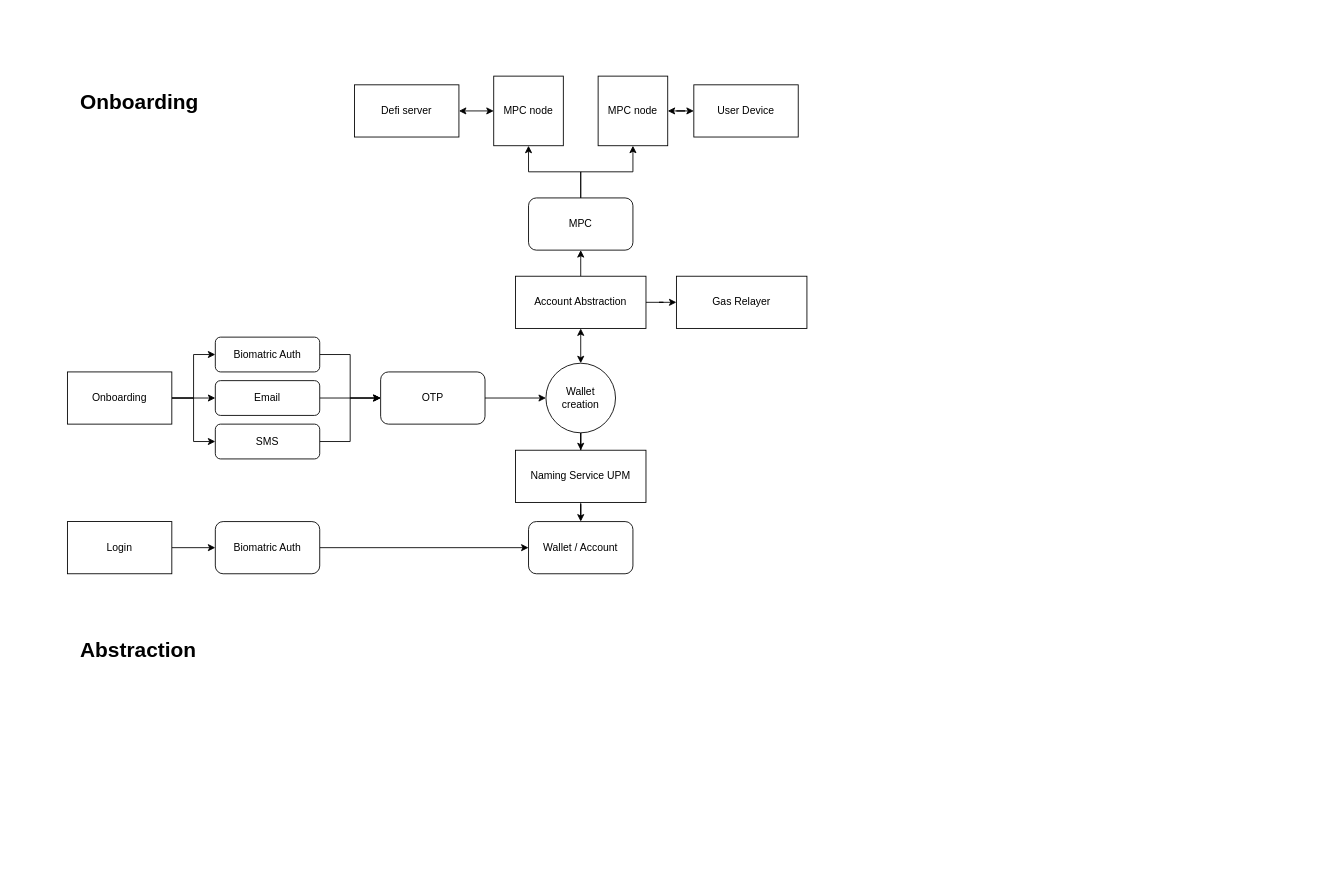
ali-05-ahmed/Concept-Diagrams keeps this draw.io diagram as PasswordlessWalletDefi.com.drawio. Above is the earlier version. Source tidied: cells renumbered, new cells numbered last; positions are measured from the earlier drawing's top-left corner, leaving out a move shared by most shapes. Both pictures are drawn from the tidied source at 87%, with x=0, y=0 at pixel (67, 76).
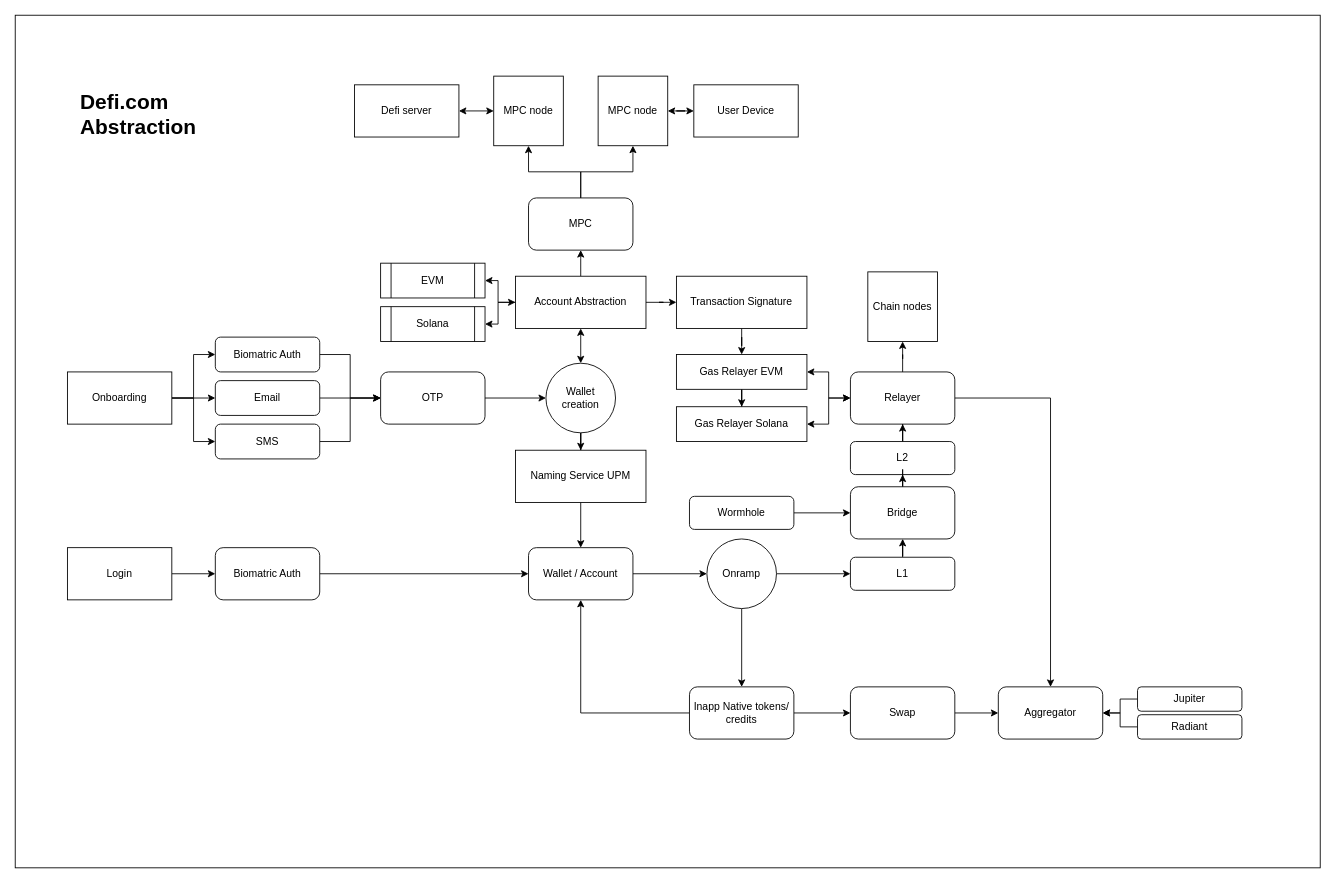
After the change.

Unchanged cells that the change refers to:
```xml
<mxCell id="33" value="Account Abstraction" style="rounded=0;whiteSpace=wrap;html=1;" parent="1" vertex="1">
  <mxGeometry x="515" y="230" width="150" height="60" as="geometry" />
</mxCell>
```

Diff of the diagram source:
```diff
@@
+    <mxCell id="39" style="rounded=0;whiteSpace=wrap;html=1;" parent="1" vertex="1">
+      <mxGeometry x="-60" y="-70" width="1500" height="980" as="geometry" />
+    </mxCell>
@@
     <mxCell id="25" value="Login" style="rounded=0;whiteSpace=wrap;html=1;" parent="1" vertex="1">
-      <mxGeometry y="512" width="120" height="60" as="geometry" />
+      <mxGeometry y="542" width="120" height="60" as="geometry" />
     </mxCell>
@@
     <mxCell id="27" value="Biomatric Auth" style="rounded=1;whiteSpace=wrap;html=1;" parent="1" vertex="1">
-      <mxGeometry x="170" y="512" width="120" height="60" as="geometry" />
+      <mxGeometry x="170" y="542" width="120" height="60" as="geometry" />
     </mxCell>
+    <mxCell id="40" style="edgeStyle=orthogonalEdgeStyle;rounded=0;jettySize=auto;html=1;" parent="1" edge="1" source="28" target="52">
+      <mxGeometry relative="1" as="geometry" />
+    </mxCell>
     <mxCell id="28" value="Wallet / Account" style="rounded=1;whiteSpace=wrap;html=1;" parent="1" vertex="1">
-      <mxGeometry x="530" y="512" width="120" height="60" as="geometry" />
+      <mxGeometry x="530" y="542" width="120" height="60" as="geometry" />
     </mxCell>
@@
-    <mxCell id="32" style="edgeStyle=orthogonalEdgeStyle;rounded=0;jettySize=auto;html=1;" parent="1" edge="1" source="33" target="36">
-      <mxGeometry relative="1" as="geometry" />
-    </mxCell>
+    <mxCell id="41" style="edgeStyle=orthogonalEdgeStyle;rounded=0;jettySize=auto;html=1;startArrow=classic;startFill=1;" parent="1" edge="1" source="33" target="46">
+      <mxGeometry relative="1" as="geometry" />
+    </mxCell>
+    <mxCell id="42" style="edgeStyle=orthogonalEdgeStyle;rounded=0;jettySize=auto;html=1;" parent="1" edge="1" source="33" target="47">
+      <mxGeometry relative="1" as="geometry" />
+    </mxCell>
+    <mxCell id="43" style="edgeStyle=orthogonalEdgeStyle;rounded=0;jettySize=auto;html=1;" parent="1" edge="1" source="33" target="49">
+      <mxGeometry relative="1" as="geometry" />
+    </mxCell>
@@
-    <mxCell id="34" value="&lt;h1&gt;Onboarding&lt;/h1&gt;" style="text;html=1;spacing=5;spacingTop=-20;whiteSpace=wrap;overflow=hidden;rounded=0;" parent="1" vertex="1">
-      <mxGeometry x="10" y="10" width="190" height="40" as="geometry" />
+    <mxCell id="34" value="&lt;h1&gt;Defi.com Abstraction&lt;/h1&gt;" style="text;html=1;spacing=5;spacingTop=-20;whiteSpace=wrap;overflow=hidden;rounded=0;" parent="1" vertex="1">
+      <mxGeometry x="10" y="10" width="190" height="70" as="geometry" />
     </mxCell>
-    <mxCell id="35" value="&lt;h1&gt;Abstraction&lt;/h1&gt;" style="text;html=1;spacing=5;spacingTop=-20;whiteSpace=wrap;overflow=hidden;rounded=0;" parent="1" vertex="1">
-      <mxGeometry x="10" y="640" width="190" height="40" as="geometry" />
-    </mxCell>
+    <mxCell id="44" style="edgeStyle=orthogonalEdgeStyle;rounded=0;jettySize=auto;html=1;" parent="1" edge="1" source="36" target="57">
+      <mxGeometry relative="1" as="geometry" />
+    </mxCell>
+    <mxCell id="45" style="edgeStyle=orthogonalEdgeStyle;rounded=0;jettySize=auto;html=1;entryX=0;entryY=0.5;entryDx=0;entryDy=0;startArrow=classic;startFill=1;" parent="1" edge="1" source="36" target="60">
+      <mxGeometry relative="1" as="geometry" />
+    </mxCell>
-    <mxCell id="36" value="Gas Relayer" style="rounded=0;whiteSpace=wrap;html=1;" parent="1" vertex="1">
-      <mxGeometry x="700" y="230" width="150" height="60" as="geometry" />
+    <mxCell id="36" value="Gas Relayer EVM" style="rounded=0;whiteSpace=wrap;html=1;" parent="1" vertex="1">
+      <mxGeometry x="700" y="320" width="150" height="40" as="geometry" />
     </mxCell>
@@
+    <mxCell id="46" value="EVM" style="shape=process;whiteSpace=wrap;html=1;backgroundOutline=1;" parent="1" vertex="1">
+      <mxGeometry x="360" y="215" width="120" height="40" as="geometry" />
+    </mxCell>
+    <mxCell id="47" value="Solana" style="shape=process;whiteSpace=wrap;html=1;backgroundOutline=1;" parent="1" vertex="1">
+      <mxGeometry x="360" y="265" width="120" height="40" as="geometry" />
+    </mxCell>
+    <mxCell id="48" style="edgeStyle=orthogonalEdgeStyle;rounded=0;jettySize=auto;html=1;" parent="1" edge="1" source="49" target="36">
+      <mxGeometry relative="1" as="geometry" />
+    </mxCell>
+    <mxCell id="49" value="Transaction Signature" style="rounded=0;whiteSpace=wrap;html=1;" parent="1" vertex="1">
+      <mxGeometry x="700" y="230" width="150" height="60" as="geometry" />
+    </mxCell>
+    <mxCell id="50" style="edgeStyle=orthogonalEdgeStyle;rounded=0;jettySize=auto;html=1;" parent="1" edge="1" source="52" target="55">
+      <mxGeometry relative="1" as="geometry" />
+    </mxCell>
+    <mxCell id="51" style="edgeStyle=orthogonalEdgeStyle;rounded=0;jettySize=auto;html=1;" parent="1" edge="1" source="52" target="62">
+      <mxGeometry relative="1" as="geometry" />
+    </mxCell>
+    <mxCell id="52" value="Onramp" style="ellipse;whiteSpace=wrap;html=1;rounded=1;" parent="1" vertex="1">
+      <mxGeometry x="735" y="532" width="80" height="80" as="geometry" />
+    </mxCell>
+    <mxCell id="53" style="edgeStyle=orthogonalEdgeStyle;rounded=0;jettySize=auto;html=1;" parent="1" edge="1" source="55" target="68">
+      <mxGeometry relative="1" as="geometry" />
+    </mxCell>
+    <mxCell id="54" style="edgeStyle=orthogonalEdgeStyle;rounded=0;jettySize=auto;html=1;entryX=0.5;entryY=1;entryDx=0;entryDy=0;" parent="1" edge="1" source="55" target="28">
+      <mxGeometry relative="1" as="geometry" />
+    </mxCell>
+    <mxCell id="55" value="Inapp Native tokens/ credits" style="rounded=1;whiteSpace=wrap;html=1;" parent="1" vertex="1">
+      <mxGeometry x="715" y="702" width="120" height="60" as="geometry" />
+    </mxCell>
+    <mxCell id="56" style="edgeStyle=orthogonalEdgeStyle;rounded=0;jettySize=auto;html=1;entryX=0;entryY=0.5;entryDx=0;entryDy=0;startArrow=classic;startFill=1;" parent="1" edge="1" source="57" target="60">
+      <mxGeometry relative="1" as="geometry" />
+    </mxCell>
+    <mxCell id="57" value="Gas Relayer Solana" style="rounded=0;whiteSpace=wrap;html=1;" parent="1" vertex="1">
+      <mxGeometry x="700" y="380" width="150" height="40" as="geometry" />
+    </mxCell>
+    <mxCell id="58" style="edgeStyle=orthogonalEdgeStyle;rounded=0;jettySize=auto;html=1;" parent="1" edge="1" source="60" target="69">
+      <mxGeometry relative="1" as="geometry" />
+    </mxCell>
+    <mxCell id="59" style="edgeStyle=orthogonalEdgeStyle;rounded=0;jettySize=auto;html=1;" parent="1" edge="1" source="60" target="76">
+      <mxGeometry relative="1" as="geometry" />
+    </mxCell>
+    <mxCell id="60" value="Relayer" style="rounded=1;whiteSpace=wrap;html=1;" parent="1" vertex="1">
+      <mxGeometry x="900" y="340" width="120" height="60" as="geometry" />
+    </mxCell>
+    <mxCell id="61" style="edgeStyle=orthogonalEdgeStyle;rounded=0;jettySize=auto;html=1;" parent="1" edge="1" source="62" target="66">
+      <mxGeometry relative="1" as="geometry" />
+    </mxCell>
+    <mxCell id="62" value="L1" style="whiteSpace=wrap;html=1;rounded=1;" parent="1" vertex="1">
+      <mxGeometry x="900" y="553" width="120" height="38" as="geometry" />
+    </mxCell>
+    <mxCell id="63" style="edgeStyle=orthogonalEdgeStyle;rounded=0;jettySize=auto;html=1;" parent="1" edge="1" source="64" target="60">
+      <mxGeometry relative="1" as="geometry" />
+    </mxCell>
+    <mxCell id="64" value="L2" style="whiteSpace=wrap;html=1;rounded=1;" parent="1" vertex="1">
+      <mxGeometry x="900" y="420" width="120" height="38" as="geometry" />
+    </mxCell>
+    <mxCell id="65" style="edgeStyle=orthogonalEdgeStyle;rounded=0;jettySize=auto;html=1;" parent="1" edge="1" source="66" target="64">
+      <mxGeometry relative="1" as="geometry" />
+    </mxCell>
+    <mxCell id="66" value="Bridge" style="rounded=1;whiteSpace=wrap;html=1;" parent="1" vertex="1">
+      <mxGeometry x="900" y="472" width="120" height="60" as="geometry" />
+    </mxCell>
+    <mxCell id="67" style="edgeStyle=orthogonalEdgeStyle;rounded=0;jettySize=auto;html=1;" parent="1" edge="1" source="68" target="69">
+      <mxGeometry relative="1" as="geometry" />
+    </mxCell>
+    <mxCell id="68" value="Swap" style="rounded=1;whiteSpace=wrap;html=1;" parent="1" vertex="1">
+      <mxGeometry x="900" y="702" width="120" height="60" as="geometry" />
+    </mxCell>
+    <mxCell id="69" value="Aggregator" style="rounded=1;whiteSpace=wrap;html=1;" parent="1" vertex="1">
+      <mxGeometry x="1070" y="702" width="120" height="60" as="geometry" />
+    </mxCell>
+    <mxCell id="70" style="edgeStyle=orthogonalEdgeStyle;rounded=0;jettySize=auto;html=1;" parent="1" edge="1" source="71" target="69">
+      <mxGeometry relative="1" as="geometry" />
+    </mxCell>
+    <mxCell id="71" value="Jupiter" style="whiteSpace=wrap;html=1;rounded=1;" parent="1" vertex="1">
+      <mxGeometry x="1230" y="702" width="120" height="28" as="geometry" />
+    </mxCell>
+    <mxCell id="72" style="edgeStyle=orthogonalEdgeStyle;rounded=0;jettySize=auto;html=1;" parent="1" edge="1" source="73" target="69">
+      <mxGeometry relative="1" as="geometry" />
+    </mxCell>
+    <mxCell id="73" value="Radiant" style="whiteSpace=wrap;html=1;rounded=1;" parent="1" vertex="1">
+      <mxGeometry x="1230" y="734" width="120" height="28" as="geometry" />
+    </mxCell>
+    <mxCell id="74" style="edgeStyle=orthogonalEdgeStyle;rounded=0;jettySize=auto;html=1;" parent="1" edge="1" source="75" target="66">
+      <mxGeometry relative="1" as="geometry" />
+    </mxCell>
+    <mxCell id="75" value="Wormhole" style="whiteSpace=wrap;html=1;rounded=1;" parent="1" vertex="1">
+      <mxGeometry x="715" y="483" width="120" height="38" as="geometry" />
+    </mxCell>
+    <mxCell id="76" value="Chain nodes" style="whiteSpace=wrap;html=1;" parent="1" vertex="1">
+      <mxGeometry x="920" y="225" width="80" height="80" as="geometry" />
+    </mxCell>
```
